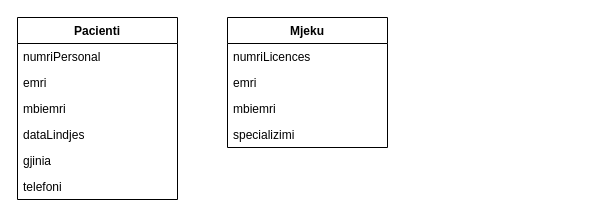
The draw.io diagram docs/ModeliKonceptual.drawio in blendaarama/eKartela, before the edit. Source tidied: cells renumbered, new cells numbered last; positions are measured from the earlier drawing's top-left corner, leaving out a move shared by most shapes. Both pictures are drawn from the tidied source at 100%, with x=0, y=0 at pixel (17, 17).
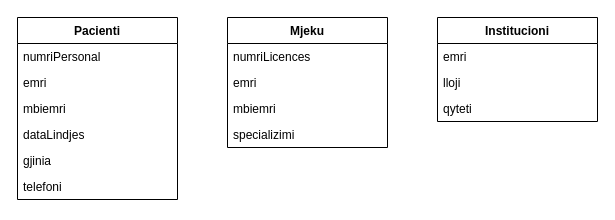
The same page after the edit.

Commit message (it also covers changes not shown here):
klasa/tabela Institucioni

What changed in the source:
```diff
@@
 <mxGraphModel>
   <root>
     <mxCell id="0" />
     <mxCell id="1" parent="0" />
     <mxCell id="2" value="Pacienti" style="swimlane;fontStyle=1;align=center;verticalAlign=top;horizontal=1;startSize=26;whiteSpace=wrap;html=1;" parent="1" vertex="1">
       <mxGeometry width="160" height="182" as="geometry" />
     </mxCell>
     <mxCell id="3" value="numriPersonal" style="text;strokeColor=none;fillColor=none;align=left;verticalAlign=top;spacingLeft=4;spacingRight=4;overflow=hidden;whiteSpace=wrap;html=1;" parent="2" vertex="1">
       <mxGeometry y="26" width="160" height="26" as="geometry" />
     </mxCell>
     <mxCell id="4" value="emri" style="text;strokeColor=none;fillColor=none;align=left;verticalAlign=top;spacingLeft=4;spacingRight=4;overflow=hidden;whiteSpace=wrap;html=1;" parent="2" vertex="1">
       <mxGeometry y="52" width="160" height="26" as="geometry" />
     </mxCell>
     <mxCell id="5" value="mbiemri" style="text;strokeColor=none;fillColor=none;align=left;verticalAlign=top;spacingLeft=4;spacingRight=4;overflow=hidden;whiteSpace=wrap;html=1;" parent="2" vertex="1">
       <mxGeometry y="78" width="160" height="26" as="geometry" />
     </mxCell>
     <mxCell id="6" value="dataLindjes" style="text;strokeColor=none;fillColor=none;align=left;verticalAlign=top;spacingLeft=4;spacingRight=4;overflow=hidden;whiteSpace=wrap;html=1;" parent="2" vertex="1">
       <mxGeometry y="104" width="160" height="26" as="geometry" />
     </mxCell>
     <mxCell id="7" value="gjinia" style="text;strokeColor=none;fillColor=none;align=left;verticalAlign=top;spacingLeft=4;spacingRight=4;overflow=hidden;whiteSpace=wrap;html=1;" parent="2" vertex="1">
       <mxGeometry y="130" width="160" height="26" as="geometry" />
     </mxCell>
     <mxCell id="8" value="telefoni" style="text;strokeColor=none;fillColor=none;align=left;verticalAlign=top;spacingLeft=4;spacingRight=4;overflow=hidden;whiteSpace=wrap;html=1;" parent="2" vertex="1">
       <mxGeometry y="156" width="160" height="26" as="geometry" />
     </mxCell>
     <mxCell id="9" value="Mjeku" style="swimlane;fontStyle=1;align=center;verticalAlign=top;horizontal=1;startSize=26;whiteSpace=wrap;html=1;" parent="1" vertex="1">
       <mxGeometry x="210" width="160" height="130" as="geometry" />
     </mxCell>
     <mxCell id="10" value="numriLicences" style="text;strokeColor=none;fillColor=none;align=left;verticalAlign=top;spacingLeft=4;spacingRight=4;overflow=hidden;whiteSpace=wrap;html=1;" parent="9" vertex="1">
       <mxGeometry y="26" width="160" height="26" as="geometry" />
     </mxCell>
     <mxCell id="11" value="emri" style="text;strokeColor=none;fillColor=none;align=left;verticalAlign=top;spacingLeft=4;spacingRight=4;overflow=hidden;whiteSpace=wrap;html=1;" parent="9" vertex="1">
       <mxGeometry y="52" width="160" height="26" as="geometry" />
     </mxCell>
     <mxCell id="12" value="mbiemri" style="text;strokeColor=none;fillColor=none;align=left;verticalAlign=top;spacingLeft=4;spacingRight=4;overflow=hidden;whiteSpace=wrap;html=1;" parent="9" vertex="1">
       <mxGeometry y="78" width="160" height="26" as="geometry" />
     </mxCell>
     <mxCell id="13" value="specializimi" style="text;strokeColor=none;fillColor=none;align=left;verticalAlign=top;spacingLeft=4;spacingRight=4;overflow=hidden;whiteSpace=wrap;html=1;" parent="9" vertex="1">
       <mxGeometry y="104" width="160" height="26" as="geometry" />
     </mxCell>
+    <mxCell id="14" value="Institucioni" style="swimlane;fontStyle=1;align=center;verticalAlign=top;horizontal=1;startSize=26;whiteSpace=wrap;html=1;" parent="1" vertex="1">
+      <mxGeometry x="420" width="160" height="104" as="geometry" />
+    </mxCell>
+    <mxCell id="15" value="emri" style="text;strokeColor=none;fillColor=none;align=left;verticalAlign=top;spacingLeft=4;spacingRight=4;overflow=hidden;whiteSpace=wrap;html=1;" parent="14" vertex="1">
+      <mxGeometry y="26" width="160" height="26" as="geometry" />
+    </mxCell>
+    <mxCell id="16" value="lloji" style="text;strokeColor=none;fillColor=none;align=left;verticalAlign=top;spacingLeft=4;spacingRight=4;overflow=hidden;whiteSpace=wrap;html=1;" parent="14" vertex="1">
+      <mxGeometry y="52" width="160" height="26" as="geometry" />
+    </mxCell>
+    <mxCell id="17" value="qyteti" style="text;strokeColor=none;fillColor=none;align=left;verticalAlign=top;spacingLeft=4;spacingRight=4;overflow=hidden;whiteSpace=wrap;html=1;" parent="14" vertex="1">
+      <mxGeometry y="78" width="160" height="26" as="geometry" />
+    </mxCell>
   </root>
 </mxGraphModel>
```
